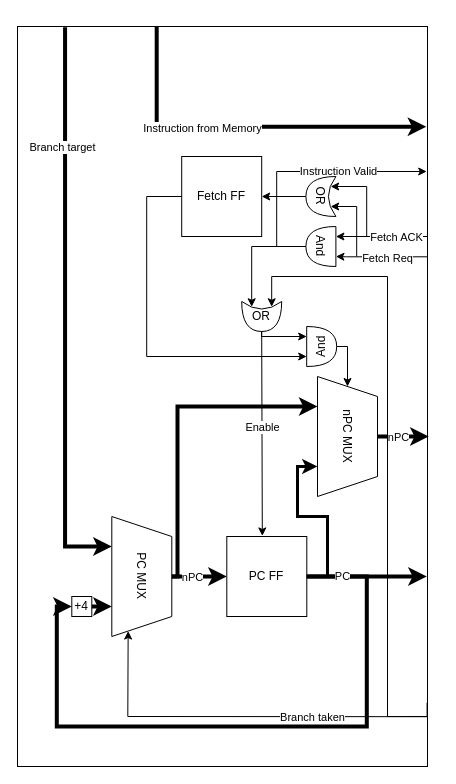
Earlier version of the draw.io diagram page "Fetch stage" (2 of 6) of cpu/doc/block diagrams/pipeline stages.drawio (bittnert/icebreaker). Source tidied: cells renumbered, new cells numbered last; positions are measured from the earlier drawing's top-left corner, leaving out a move shared by most shapes. Both pictures are drawn from the tidied source at 100%, with x=0, y=0 at pixel (17, 26).
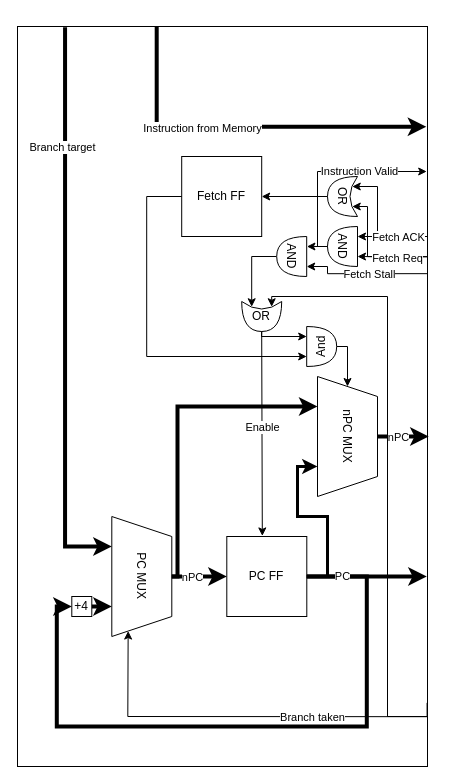
The same diagram, later.

Unchanged cells that the change refers to:
```xml
<mxCell id="2" style="rounded=0;whiteSpace=wrap;html=1;" parent="1" vertex="1">
  <mxGeometry width="410" height="740" as="geometry" />
</mxCell>
<mxCell id="25" value="OR" style="shape=xor;whiteSpace=wrap;html=1;rotation=90;horizontal=0;" parent="1" vertex="1">
  <mxGeometry x="229.2" y="270" width="30" height="40" as="geometry" />
</mxCell>
```

Change to the diagram source:
```diff
@@
-    <mxCell id="18" style="endArrow=classic;html=1;rounded=0;entryX=0;entryY=0.25;entryDx=0;entryDy=0;exitX=1.001;exitY=0.397;exitDx=0;exitDy=0;exitPerimeter=0;edgeStyle=elbowEdgeStyle;entryPerimeter=0;" parent="1" edge="1" target="20">
-      <mxGeometry relative="1" as="geometry">
-        <mxPoint x="409.6" y="230.3" as="sourcePoint" />
-        <Array as="points">
-          <mxPoint x="329.2" y="330" />
-        </Array>
-      </mxGeometry>
-    </mxCell>
-    <mxCell id="19" value="Fetch Req" style="edgeLabel;html=1;align=center;verticalAlign=middle;" parent="18" vertex="1">
-      <mxGeometry x="-0.12" y="1" relative="1" as="geometry" />
-    </mxCell>
-    <mxCell id="20" value="And" style="shape=or;whiteSpace=wrap;html=1;rotation=-180;horizontal=0;" parent="1" vertex="1">
-      <mxGeometry x="288.4" y="200" width="30" height="40" as="geometry" />
+    <mxCell id="20" value="AND" style="shape=or;whiteSpace=wrap;html=1;rotation=-180;horizontal=0;" parent="1" vertex="1">
+      <mxGeometry x="310" y="200" width="30" height="40" as="geometry" />
     </mxCell>
-    <mxCell id="21" style="endArrow=classic;html=1;rounded=0;entryX=0;entryY=0.75;entryDx=0;entryDy=0;entryPerimeter=0;exitX=1.002;exitY=0.362;exitDx=0;exitDy=0;exitPerimeter=0;" parent="1" edge="1" target="20">
-      <mxGeometry relative="1" as="geometry">
-        <mxPoint x="410" y="210" as="sourcePoint" />
-      </mxGeometry>
-    </mxCell>
-    <mxCell id="22" value="Fetch ACK" style="edgeLabel;html=1;align=center;verticalAlign=middle;" parent="21" vertex="1">
-      <mxGeometry x="0.01" relative="1" as="geometry">
-        <mxPoint x="14" as="offset" />
-      </mxGeometry>
-    </mxCell>
     <mxCell id="23" style="endArrow=classic;html=1;rounded=0;entryX=1;entryY=0.25;entryDx=0;entryDy=0;exitX=1;exitY=0.5;exitDx=0;exitDy=0;exitPerimeter=0;edgeStyle=elbowEdgeStyle;" parent="1" edge="1" source="20">
       <mxGeometry relative="1" as="geometry">
         <mxPoint x="409.2" y="145" as="targetPoint" />
         <Array as="points">
-          <mxPoint x="259.2" y="180" />
+          <mxPoint x="300" y="180" />
         </Array>
       </mxGeometry>
     </mxCell>
@@
-    <mxCell id="26" style="endArrow=classic;html=1;rounded=0;entryX=0.175;entryY=0.75;entryDx=0;entryDy=0;entryPerimeter=0;exitX=1;exitY=0.5;exitDx=0;exitDy=0;exitPerimeter=0;edgeStyle=elbowEdgeStyle;elbow=vertical;" parent="1" edge="1" source="20" target="25">
+    <mxCell id="26" style="endArrow=classic;html=1;rounded=0;entryX=0.175;entryY=0.75;entryDx=0;entryDy=0;entryPerimeter=0;exitX=1;exitY=0.5;exitDx=0;exitDy=0;exitPerimeter=0;edgeStyle=elbowEdgeStyle;elbow=vertical;" parent="1" edge="1" source="45" target="25">
       <mxGeometry relative="1" as="geometry">
         <Array as="points">
-          <mxPoint x="269.2" y="220" />
+          <mxPoint x="240" y="230" />
         </Array>
       </mxGeometry>
     </mxCell>
     <mxCell id="27" style="endArrow=classic;html=1;rounded=0;entryX=0.175;entryY=0.25;entryDx=0;entryDy=0;entryPerimeter=0;exitX=0.999;exitY=0.914;exitDx=0;exitDy=0;exitPerimeter=0;edgeStyle=orthogonalEdgeStyle;elbow=vertical;" parent="1" edge="1" source="2" target="25">
       <mxGeometry relative="1" as="geometry">
         <Array as="points">
           <mxPoint x="410" y="690" />
           <mxPoint x="370" y="690" />
-          <mxPoint x="370" y="250" />
-          <mxPoint x="254" y="250" />
+          <mxPoint x="370" y="270" />
+          <mxPoint x="254" y="270" />
         </Array>
       </mxGeometry>
     </mxCell>
@@
     <mxCell id="30" value="OR" style="shape=xor;whiteSpace=wrap;html=1;rotation=-180;horizontal=0;" parent="1" vertex="1">
-      <mxGeometry x="288.4" y="150" width="30" height="40" as="geometry" />
+      <mxGeometry x="310" y="150" width="30" height="40" as="geometry" />
     </mxCell>
-    <mxCell id="31" style="endArrow=classic;html=1;rounded=0;entryX=0.175;entryY=0.75;entryDx=0;entryDy=0;entryPerimeter=0;" parent="1" edge="1" target="30">
+    <mxCell id="31" style="endArrow=classic;html=1;rounded=0;entryX=0.175;entryY=0.75;entryDx=0;entryDy=0;entryPerimeter=0;edgeStyle=orthogonalEdgeStyle;" parent="1" edge="1" target="30">
       <mxGeometry relative="1" as="geometry">
-        <mxPoint x="349.2" y="210" as="sourcePoint" />
+        <mxPoint x="410" y="210" as="sourcePoint" />
         <Array as="points">
-          <mxPoint x="349.2" y="160" />
+          <mxPoint x="360" y="210" />
+          <mxPoint x="360" y="160" />
         </Array>
       </mxGeometry>
     </mxCell>
-    <mxCell id="32" style="endArrow=classic;html=1;rounded=0;entryX=0.175;entryY=0.25;entryDx=0;entryDy=0;entryPerimeter=0;" parent="1" edge="1" target="30">
+    <mxCell id="32" style="endArrow=classic;html=1;rounded=0;entryX=0.175;entryY=0.25;entryDx=0;entryDy=0;entryPerimeter=0;edgeStyle=orthogonalEdgeStyle;exitX=1.001;exitY=0.311;exitDx=0;exitDy=0;exitPerimeter=0;" parent="1" edge="1" source="2" target="30">
       <mxGeometry relative="1" as="geometry">
-        <mxPoint x="339.2" y="230" as="sourcePoint" />
         <Array as="points">
-          <mxPoint x="339.2" y="180" />
+          <mxPoint x="350" y="230" />
+          <mxPoint x="350" y="180" />
         </Array>
       </mxGeometry>
     </mxCell>
@@
+    <mxCell id="21" style="endArrow=classic;html=1;rounded=0;entryX=0;entryY=0.75;entryDx=0;entryDy=0;entryPerimeter=0;exitX=1.002;exitY=0.362;exitDx=0;exitDy=0;exitPerimeter=0;" parent="1" edge="1" target="20">
+      <mxGeometry relative="1" as="geometry">
+        <mxPoint x="410" y="210" as="sourcePoint" />
+      </mxGeometry>
+    </mxCell>
+    <mxCell id="22" value="Fetch ACK" style="edgeLabel;html=1;align=center;verticalAlign=middle;" parent="21" vertex="1">
+      <mxGeometry x="0.01" relative="1" as="geometry">
+        <mxPoint x="5" as="offset" />
+      </mxGeometry>
+    </mxCell>
+    <mxCell id="18" style="endArrow=classic;html=1;rounded=0;entryX=0;entryY=0.25;entryDx=0;entryDy=0;exitX=1.001;exitY=0.397;exitDx=0;exitDy=0;exitPerimeter=0;edgeStyle=elbowEdgeStyle;entryPerimeter=0;" parent="1" edge="1" target="20">
+      <mxGeometry relative="1" as="geometry">
+        <mxPoint x="409.6" y="230.3" as="sourcePoint" />
+      </mxGeometry>
+    </mxCell>
+    <mxCell id="19" value="Fetch Req" style="edgeLabel;html=1;align=center;verticalAlign=middle;" parent="18" vertex="1">
+      <mxGeometry x="-0.12" y="1" relative="1" as="geometry">
+        <mxPoint x="1" as="offset" />
+      </mxGeometry>
+    </mxCell>
+    <mxCell id="44" style="endArrow=classic;html=1;rounded=0;entryX=-0.007;entryY=0.741;entryDx=0;entryDy=0;entryPerimeter=0;exitX=1;exitY=0.5;exitDx=0;exitDy=0;exitPerimeter=0;edgeStyle=elbowEdgeStyle;elbow=vertical;" parent="1" edge="1" source="20" target="45">
+      <mxGeometry relative="1" as="geometry" />
+    </mxCell>
+    <mxCell id="45" value="AND" style="shape=or;whiteSpace=wrap;html=1;rotation=-180;horizontal=0;" parent="1" vertex="1">
+      <mxGeometry x="259.2" y="210" width="30" height="40" as="geometry" />
+    </mxCell>
+    <mxCell id="46" style="endArrow=classic;html=1;rounded=0;entryX=0;entryY=0.25;entryDx=0;entryDy=0;entryPerimeter=0;exitX=1.001;exitY=0.334;exitDx=0;exitDy=0;exitPerimeter=0;edgeStyle=orthogonalEdgeStyle;" parent="1" edge="1" source="2" target="45">
+      <mxGeometry relative="1" as="geometry">
+        <Array as="points">
+          <mxPoint x="310" y="247" />
+          <mxPoint x="310" y="240" />
+        </Array>
+      </mxGeometry>
+    </mxCell>
+    <mxCell id="47" value="Fetch Stall" style="edgeLabel;html=1;align=center;verticalAlign=middle;" parent="46" vertex="1">
+      <mxGeometry x="-0.08" relative="1" as="geometry" />
+    </mxCell>
```
